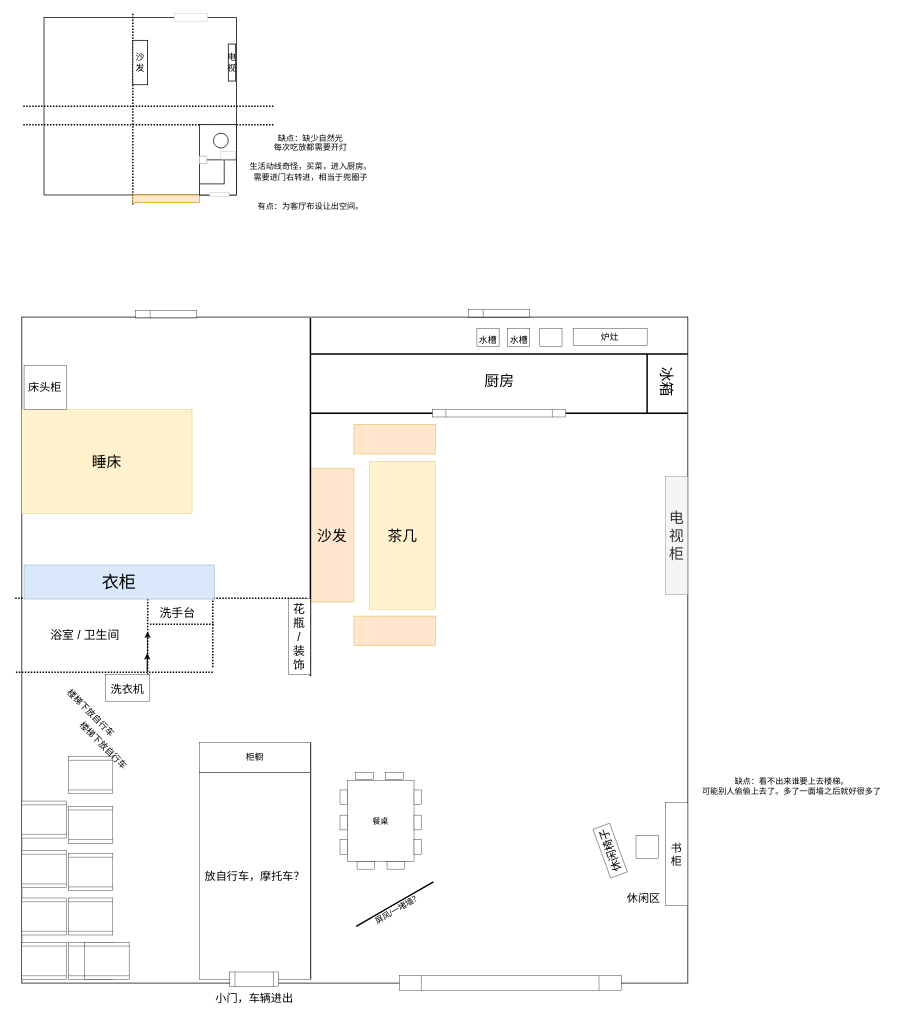
This is Untitled Diagram.drawio from programmingQWorld/cici, a draw.io file, before an edit. Source tidied: cells renumbered, new cells numbered last; positions are measured from the earlier drawing's top-left corner, leaving out a move shared by most shapes. Both pictures are drawn from the tidied source at 74%, with x=0, y=0 at pixel (13, 13).
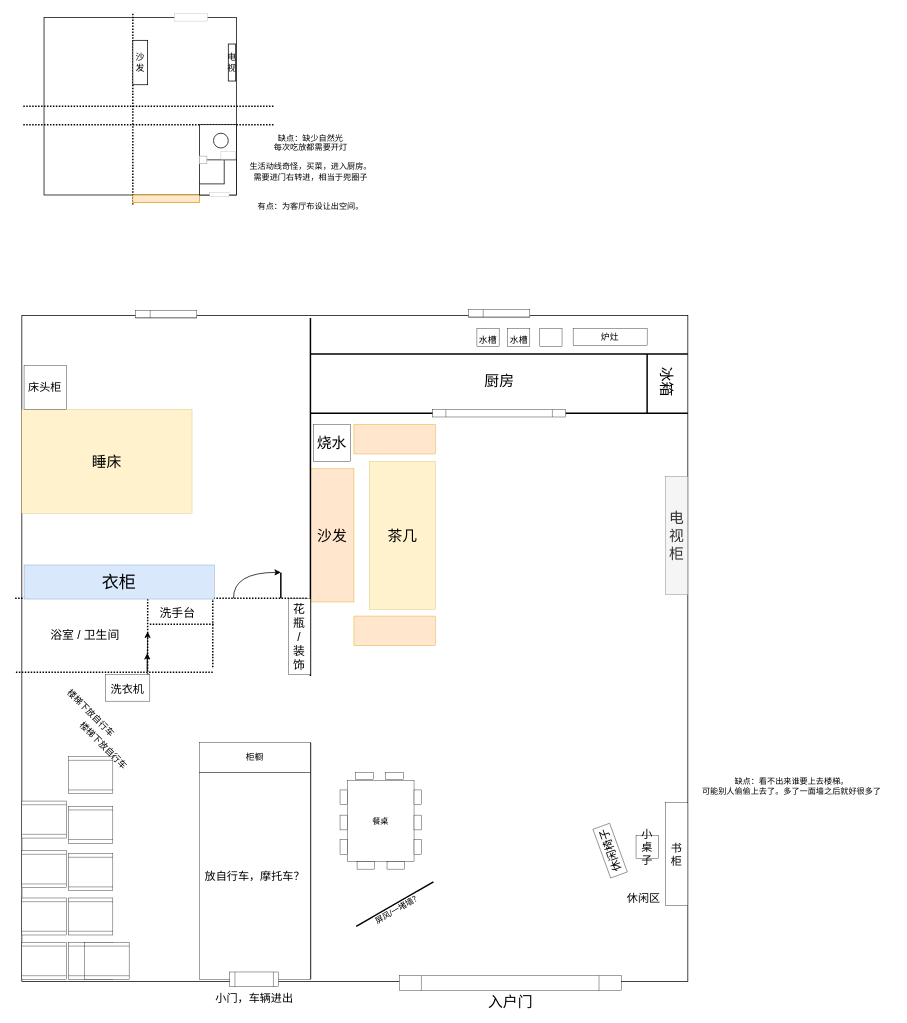
Above is the later version.

The change refers to these unchanged cells:
```xml
<mxCell id="21" style="line;strokeWidth=2;html=1;rotation=-180;dashed=1;dashPattern=1 1;" parent="1" vertex="1">
  <mxGeometry y="785" width="396" height="10" as="geometry" />
</mxCell>
```

What changed in the source:
```diff
@@
     <mxCell id="19" style="rounded=0;whiteSpace=wrap;html=1;" parent="1" vertex="1">
-      <mxGeometry x="11" y="410" width="900" height="900" as="geometry" />
+      <mxGeometry x="11" y="408" width="900" height="900" as="geometry" />
     </mxCell>
@@
-    <mxCell id="70" style="rounded=0;whiteSpace=wrap;html=1;fontSize=15;strokeColor=#000000;strokeWidth=0.5;gradientColor=none;" parent="1" vertex="1">
+    <mxCell id="70" value="小桌子" style="rounded=0;whiteSpace=wrap;html=1;fontSize=15;strokeColor=#000000;strokeWidth=0.5;gradientColor=none;" parent="1" vertex="1">
       <mxGeometry x="841" y="1110.5" width="30" height="31" as="geometry" />
     </mxCell>
@@
+    <mxCell id="86" value="&lt;font style=&quot;font-size: 20px&quot;&gt;入户门&lt;/font&gt;" style="text;html=1;align=center;verticalAlign=middle;strokeColor=none;fillColor=none;fontSize=12;" parent="1" vertex="1">
+      <mxGeometry x="631" y="1325" width="80" height="20" as="geometry" />
+    </mxCell>
+    <mxCell id="87" value="烧水" style="rounded=0;whiteSpace=wrap;html=1;fontSize=20;strokeColor=#000000;strokeWidth=0.5;gradientColor=none;" parent="1" vertex="1">
+      <mxGeometry x="405" y="555" width="50" height="50" as="geometry" />
+    </mxCell>
+    <mxCell id="88" style="line;strokeWidth=2;direction=south;html=1;fontSize=20;gradientColor=none;rotation=0;" parent="1" vertex="1">
+      <mxGeometry x="356" y="755" width="10" height="35" as="geometry" />
+    </mxCell>
+    <mxCell id="89" style="curved=1;endArrow=classic;html=1;rounded=0;fontSize=20;edgeStyle=orthogonalEdgeStyle;exitX=0.25;exitY=0.5;exitDx=0;exitDy=0;exitPerimeter=0;entryX=0;entryY=0.5;entryDx=0;entryDy=0;entryPerimeter=0;" parent="1" edge="1" source="21" target="88">
+      <mxGeometry relative="1" as="geometry">
+        <Array as="points">
+          <mxPoint x="297" y="755" />
+        </Array>
+      </mxGeometry>
+    </mxCell>
```
